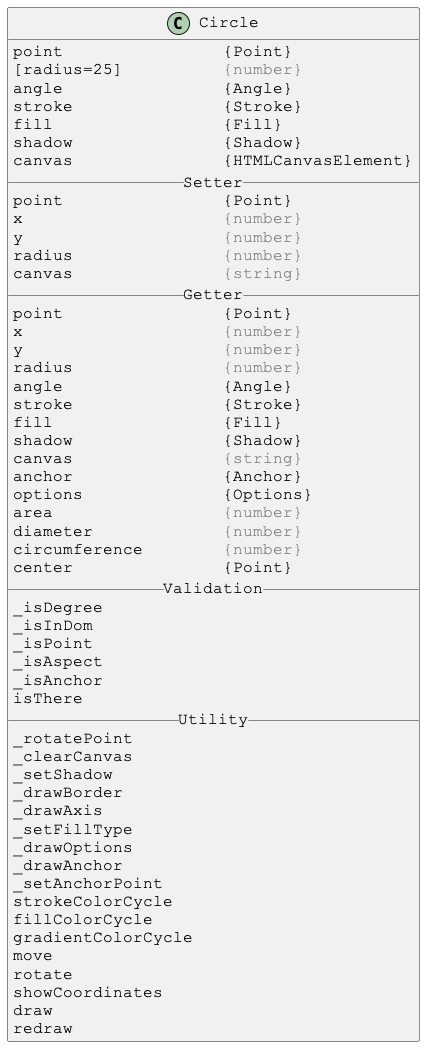
Justin-Byrne/canvasLab keeps this PlantUML diagram as docs/PlantUml/images/Circle.png. Above is the earlier version.
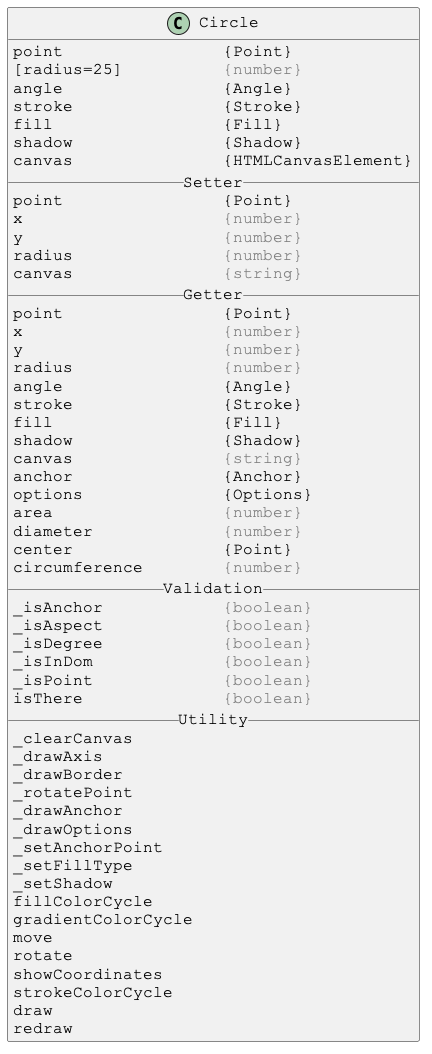
The same diagram one commit later.

Diff of the diagram source:
```diff
@@ -31,31 +31,31 @@
 options              {Options}
 area                 <color:gray>{number}</color>
 diameter             <color:gray>{number}</color>
+center               {Point}
 circumference        <color:gray>{number}</color>
-center               {Point}
 __ Validation __
-_isDegree
-_isInDom
-_isPoint
-_isAspect
-_isAnchor
-isThere
+_isAnchor            <color:gray>{boolean}</color>
+_isAspect            <color:gray>{boolean}</color>
+_isDegree            <color:gray>{boolean}</color>
+_isInDom             <color:gray>{boolean}</color>
+_isPoint             <color:gray>{boolean}</color>
+isThere              <color:gray>{boolean}</color>
 __ Utility __
+_clearCanvas
+_drawAxis
+_drawBorder
 _rotatePoint
-_clearCanvas
+_drawAnchor
+_drawOptions
+_setAnchorPoint
+_setFillType
 _setShadow
-_drawBorder
-_drawAxis
-_setFillType
-_drawOptions
-_drawAnchor
-_setAnchorPoint
-strokeColorCycle
 fillColorCycle
 gradientColorCycle
 move
 rotate
 showCoordinates
+strokeColorCycle
 draw
 redraw
 }
```
